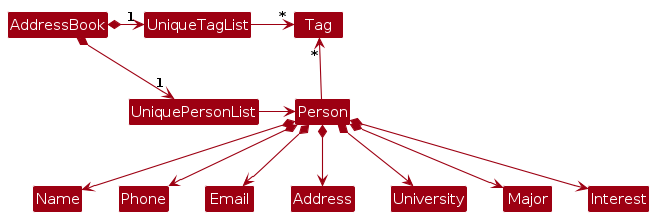
Before: diagrams/BetterModelClassDiagram.png, a diagram exported from PlantUML (verakohh/tp). Its source is kept beside it as diagrams/BetterModelClassDiagram.puml.
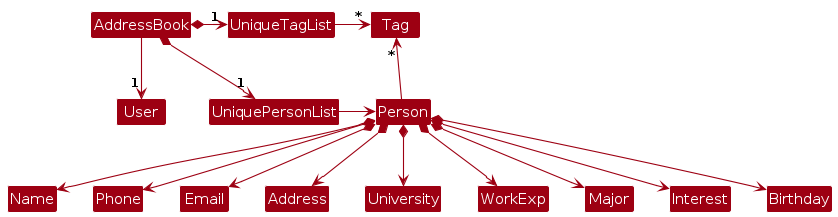
After the change.

What changed in the source:
```diff
@@ -6,6 +6,7 @@
 
 AddressBook *-right-> "1" UniquePersonList
 AddressBook *-right-> "1" UniqueTagList
+AddressBook --> "1" User
 UniqueTagList -[hidden]down- UniquePersonList
 UniqueTagList -[hidden]down- UniquePersonList
 
@@ -19,6 +20,8 @@
 Person *--> Email
 Person *--> Address
 Person *--> University
+Person *--> WorkExp
 Person *--> Major
 Person *--> Interest
+Person *--> Birthday
 @enduml
```
